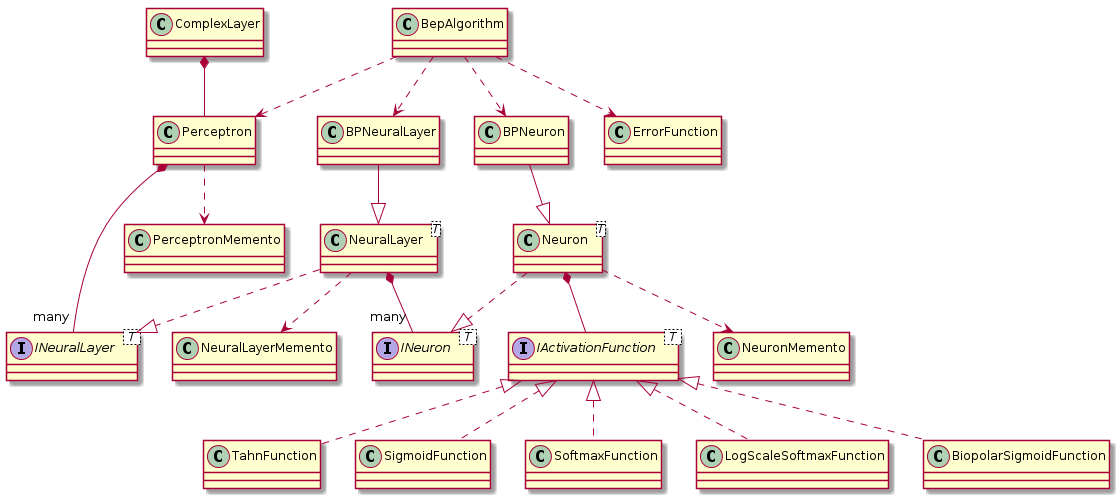
alekstheod/tnnlib keeps this PlantUML diagram as src/doc/structural/images/documentation__2.png. Above is the earlier version. The source it was exported from:
```plantuml
@startuml

interface INeuralLayer< T >
interface INeuron < T >
interface IActivationFunction< T >
class Perceptron
class PerceptronMemento
class NeuralLayer<T>
class NeuralLayerMemento
class Neuron<T>
class NeuronMemento
class ComplexLayer

class BPNeuralLayer
class BPNeuron

class TahnFunction
class SigmoidFunction
class SoftmaxFunction
class LogScaleSoftmaxFunction
class BiopolarSigmoidFunction

Neuron *-- IActivationFunction
Neuron ..> NeuronMemento
Neuron ..|> INeuron
NeuralLayer ..|> INeuralLayer
NeuralLayer ..> NeuralLayerMemento
Perceptron *-- "many" INeuralLayer
Perceptron ..> PerceptronMemento
NeuralLayer *-- "many" INeuron
ComplexLayer *-- Perceptron

BPNeuralLayer --|> NeuralLayer
BPNeuron --|> Neuron

BepAlgorithm ..> Perceptron
BepAlgorithm ..> BPNeuralLayer
BepAlgorithm ..> BPNeuron
BepAlgorithm ..> ErrorFunction

IActivationFunction <|.. TahnFunction
IActivationFunction <|.. SigmoidFunction
IActivationFunction <|.. SoftmaxFunction
IActivationFunction <|.. LogScaleSoftmaxFunction
IActivationFunction <|.. BiopolarSigmoidFunction


@enduml
```
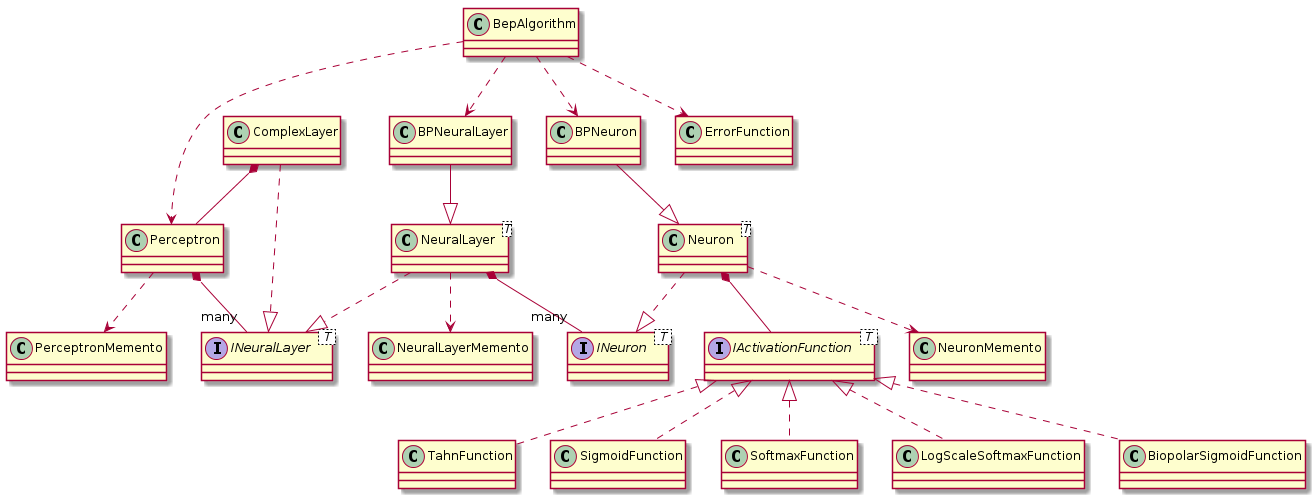
After the commit.

Diff of the diagram source:
```diff
@@ -29,6 +29,7 @@
 Perceptron ..> PerceptronMemento
 NeuralLayer *-- "many" INeuron
 ComplexLayer *-- Perceptron
+ComplexLayer ..|> INeuralLayer
 
 BPNeuralLayer --|> NeuralLayer
 BPNeuron --|> Neuron
```
